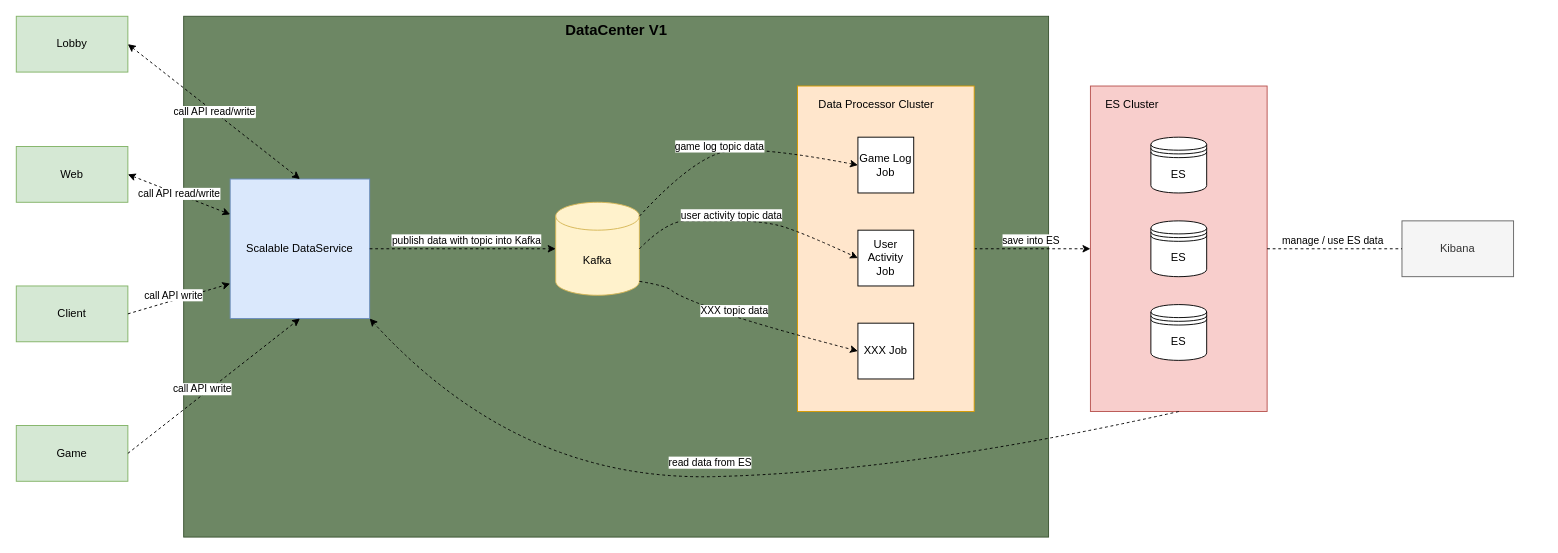
kidozhaoz/drawio-libs keeps this draw.io diagram as DataCenterService.drawio. Above is the earlier version. Source tidied: cells renumbered, new cells numbered last; positions are measured from the earlier drawing's top-left corner, leaving out a move shared by most shapes. Both pictures are drawn from the tidied source at 93%, with x=0, y=0 at pixel (16, 16).
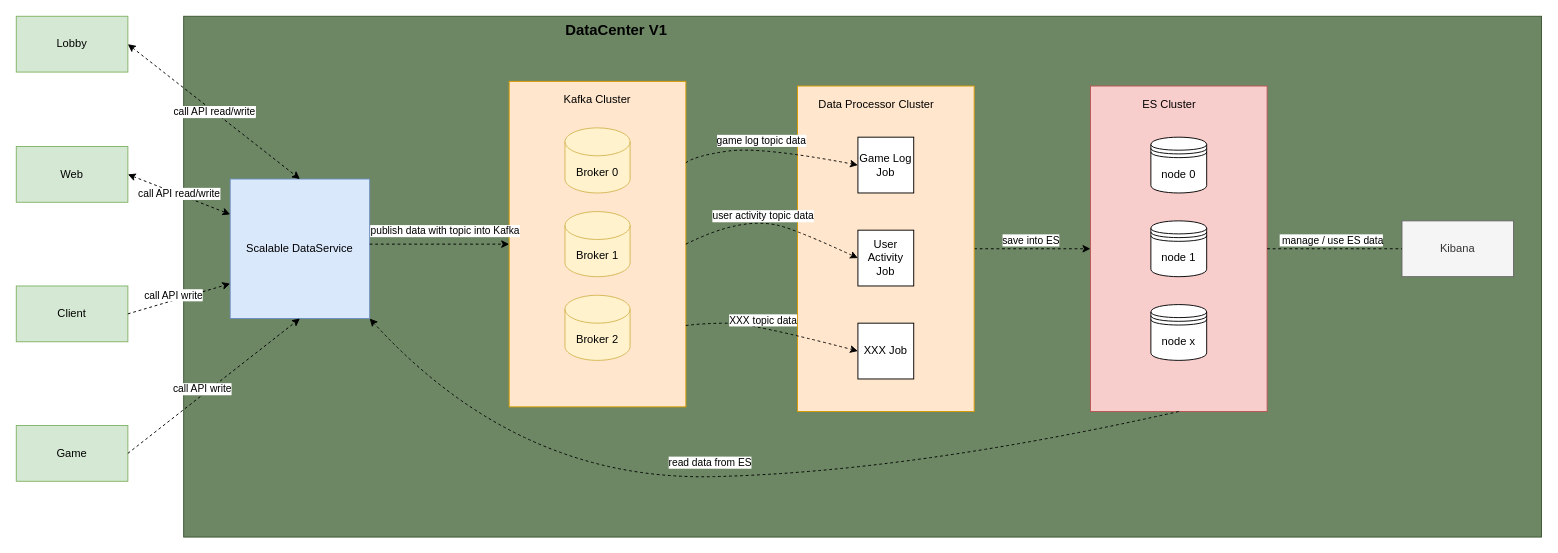
The same page after the edit.

The change refers to these unchanged cells:
```xml
<mxCell id="14" value="Game Log Job" style="whiteSpace=wrap;html=1;" parent="1" vertex="1">
  <mxGeometry x="905" y="130" width="60" height="60" as="geometry" />
</mxCell>
<mxCell id="15" value="User Activity Job" style="whiteSpace=wrap;html=1;" parent="1" vertex="1">
  <mxGeometry x="905" y="230" width="60" height="60" as="geometry" />
</mxCell>
<mxCell id="16" value="XXX Job" style="whiteSpace=wrap;html=1;" parent="1" vertex="1">
  <mxGeometry x="905" y="330" width="60" height="60" as="geometry" />
</mxCell>
<mxCell id="20" value="Scalable DataService" style="whiteSpace=wrap;html=1;fillColor=#dae8fc;strokeColor=#6c8ebf;" parent="1" vertex="1">
  <mxGeometry x="230" y="175" width="150" height="150" as="geometry" />
</mxCell>
```

Change to the diagram source:
```diff
@@
     <mxCell id="2" style="rounded=0;whiteSpace=wrap;html=1;fillColor=#6d8764;fontColor=#ffffff;strokeColor=#3A5431;" parent="1" vertex="1">
-      <mxGeometry x="180" width="930" height="560" as="geometry" />
+      <mxGeometry x="180" width="1460" height="560" as="geometry" />
     </mxCell>
+    <mxCell id="36" style="rounded=0;whiteSpace=wrap;html=1;fillColor=#ffe6cc;strokeColor=#d79b00;" parent="1" vertex="1">
+      <mxGeometry x="530" y="70" width="190" height="350" as="geometry" />
+    </mxCell>
@@
-    <mxCell id="5" value="ES" style="shape=datastore;whiteSpace=wrap;html=1;" parent="1" vertex="1">
+    <mxCell id="5" value="node 0" style="shape=datastore;whiteSpace=wrap;html=1;" parent="1" vertex="1">
       <mxGeometry x="1220" y="130" width="60" height="60" as="geometry" />
     </mxCell>
-    <mxCell id="6" value="ES" style="shape=datastore;whiteSpace=wrap;html=1;" parent="1" vertex="1">
+    <mxCell id="6" value="node 1" style="shape=datastore;whiteSpace=wrap;html=1;" parent="1" vertex="1">
       <mxGeometry x="1220" y="220" width="60" height="60" as="geometry" />
     </mxCell>
-    <mxCell id="7" value="ES" style="shape=datastore;whiteSpace=wrap;html=1;" parent="1" vertex="1">
+    <mxCell id="7" value="node x" style="shape=datastore;whiteSpace=wrap;html=1;" parent="1" vertex="1">
       <mxGeometry x="1220" y="310" width="60" height="60" as="geometry" />
     </mxCell>
     <mxCell id="8" value="ES Cluster" style="text;html=1;align=center;verticalAlign=middle;whiteSpace=wrap;rounded=0;" parent="1" vertex="1">
-      <mxGeometry x="1170" y="80" width="60" height="30" as="geometry" />
+      <mxGeometry x="1170" y="80" width="140" height="30" as="geometry" />
     </mxCell>
@@
-    <mxCell id="13" value="Kafka" style="shape=cylinder3;whiteSpace=wrap;html=1;boundedLbl=1;backgroundOutline=1;size=15;fillColor=#fff2cc;strokeColor=#d6b656;" parent="1" vertex="1">
-      <mxGeometry x="580" y="200" width="90" height="100" as="geometry" />
+    <mxCell id="13" value="Broker 0" style="shape=cylinder3;whiteSpace=wrap;html=1;boundedLbl=1;backgroundOutline=1;size=15;fillColor=#fff2cc;strokeColor=#d6b656;" parent="1" vertex="1">
+      <mxGeometry x="590" y="120" width="70" height="70" as="geometry" />
     </mxCell>
@@
-    <mxCell id="17" value="game log topic data" style="curved=1;endArrow=classic;html=1;rounded=0;exitX=1;exitY=0;exitDx=0;exitDy=15;exitPerimeter=0;entryX=0;entryY=0.5;entryDx=0;entryDy=0;dashed=1;" parent="1" edge="1" source="13" target="14">
+    <mxCell id="17" value="game log topic data" style="curved=1;endArrow=classic;html=1;rounded=0;exitX=1;exitY=0.25;exitDx=0;exitDy=0;entryX=0;entryY=0.5;entryDx=0;entryDy=0;dashed=1;" parent="1" edge="1" source="36" target="14">
       <mxGeometry x="-0.13" y="6" relative="1" as="geometry">
         <Array as="points">
           <mxPoint x="730" y="150" />
           <mxPoint x="800" y="140" />
         </Array>
       </mxGeometry>
     </mxCell>
-    <mxCell id="18" value="user activity topic data" style="curved=1;endArrow=classic;html=1;rounded=0;exitX=1;exitY=0.5;exitDx=0;exitDy=0;exitPerimeter=0;entryX=0;entryY=0.5;entryDx=0;entryDy=0;dashed=1;" parent="1" edge="1" source="13" target="15">
+    <mxCell id="18" value="user activity topic data" style="curved=1;endArrow=classic;html=1;rounded=0;exitX=1;exitY=0.5;exitDx=0;exitDy=0;entryX=0;entryY=0.5;entryDx=0;entryDy=0;dashed=1;" parent="1" edge="1" source="36" target="15">
       <mxGeometry x="-0.13" y="6" relative="1" as="geometry">
         <Array as="points">
-          <mxPoint x="700" y="220" />
-          <mxPoint x="740" y="220" />
+          <mxPoint x="750" y="230" />
           <mxPoint x="800" y="220" />
           <mxPoint x="840" y="230" />
         </Array>
       </mxGeometry>
     </mxCell>
-    <mxCell id="19" value="XXX topic data" style="curved=1;endArrow=classic;html=1;rounded=0;exitX=1;exitY=1;exitDx=0;exitDy=-15;exitPerimeter=0;entryX=0;entryY=0.5;entryDx=0;entryDy=0;dashed=1;" parent="1" edge="1" source="13" target="16">
+    <mxCell id="19" value="XXX topic data" style="curved=1;endArrow=classic;html=1;rounded=0;exitX=1;exitY=0.75;exitDx=0;exitDy=0;entryX=0;entryY=0.5;entryDx=0;entryDy=0;dashed=1;" parent="1" edge="1" source="36" target="16">
       <mxGeometry x="-0.13" y="6" relative="1" as="geometry">
         <Array as="points">
-          <mxPoint x="700" y="290" />
-          <mxPoint x="710" y="300" />
+          <mxPoint x="740" y="330" />
           <mxPoint x="790" y="330" />
         </Array>
       </mxGeometry>
     </mxCell>
@@
-    <mxCell id="21" style="edgeStyle=orthogonalEdgeStyle;rounded=0;jettySize=auto;html=1;entryX=0;entryY=0.5;entryDx=0;entryDy=0;entryPerimeter=0;dashed=1;" parent="1" edge="1" source="20" target="13">
-      <mxGeometry relative="1" as="geometry" />
+    <mxCell id="21" style="edgeStyle=orthogonalEdgeStyle;rounded=0;jettySize=auto;html=1;entryX=0;entryY=0.5;entryDx=0;entryDy=0;dashed=1;" parent="1" edge="1" source="20" target="36">
+      <mxGeometry relative="1" as="geometry">
+        <Array as="points">
+          <mxPoint x="420" y="245" />
+          <mxPoint x="420" y="245" />
+        </Array>
+      </mxGeometry>
     </mxCell>
     <mxCell id="22" value="publish data with topic into Kafka" style="edgeLabel;html=1;align=center;verticalAlign=middle;" parent="21" vertex="1">
       <mxGeometry x="-0.35" y="4" relative="1" as="geometry">
-        <mxPoint x="38" y="-6" as="offset" />
+        <mxPoint x="31" y="-11" as="offset" />
       </mxGeometry>
     </mxCell>
@@
+    <mxCell id="37" value="Kafka Cluster" style="text;html=1;align=center;verticalAlign=middle;whiteSpace=wrap;rounded=0;" parent="1" vertex="1">
+      <mxGeometry x="550" y="75" width="150" height="30" as="geometry" />
+    </mxCell>
+    <mxCell id="38" value="Broker 1" style="shape=cylinder3;whiteSpace=wrap;html=1;boundedLbl=1;backgroundOutline=1;size=15;fillColor=#fff2cc;strokeColor=#d6b656;" parent="1" vertex="1">
+      <mxGeometry x="590" y="210" width="70" height="70" as="geometry" />
+    </mxCell>
+    <mxCell id="39" value="Broker 2" style="shape=cylinder3;whiteSpace=wrap;html=1;boundedLbl=1;backgroundOutline=1;size=15;fillColor=#fff2cc;strokeColor=#d6b656;" parent="1" vertex="1">
+      <mxGeometry x="590" y="300" width="70" height="70" as="geometry" />
+    </mxCell>
```
